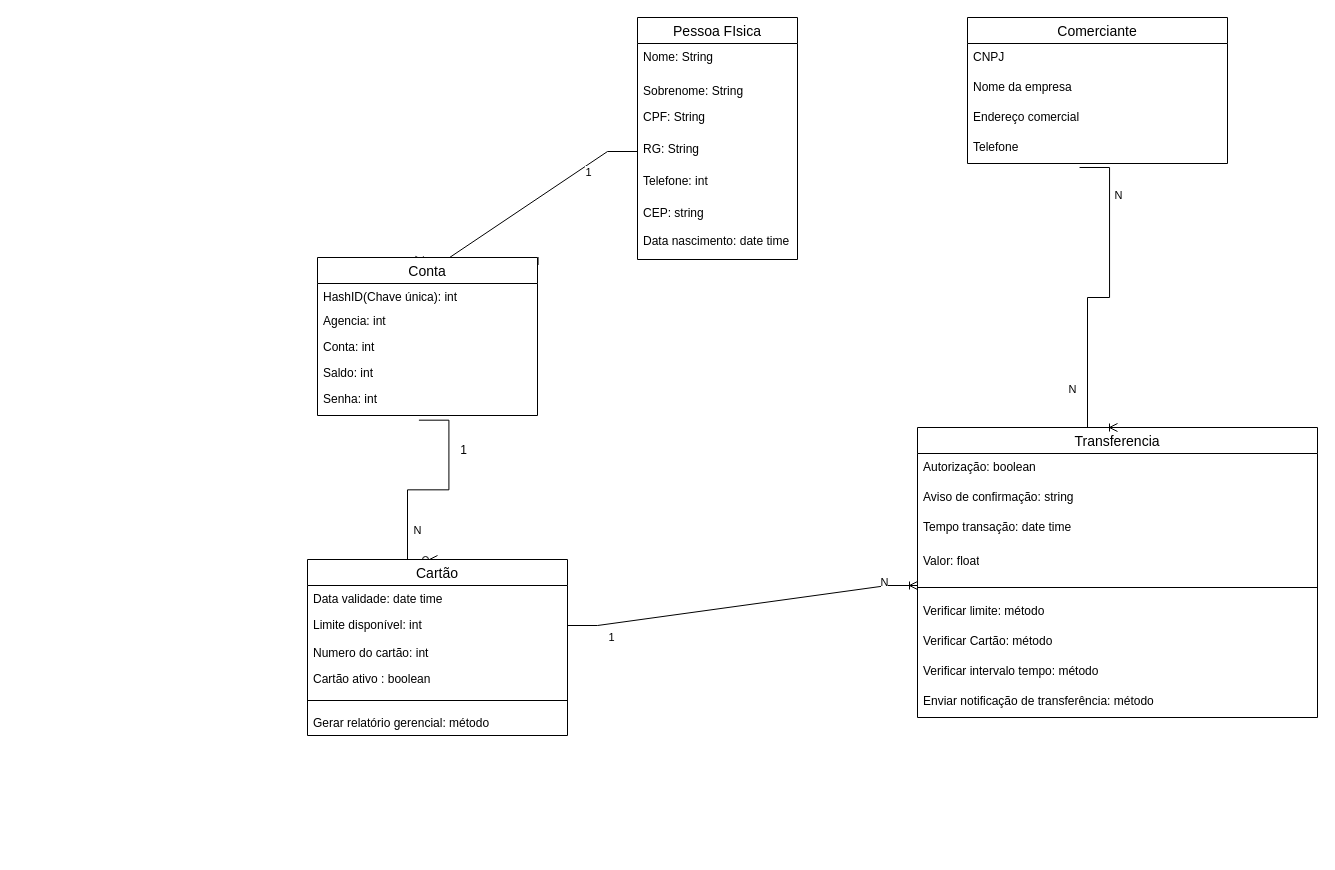
Earlier version of the draw.io diagram Diagrama/modelagem_de_banco.drawio (Rafaelrs21/spotify). Source tidied: cells renumbered, new cells numbered last; positions are measured from the earlier drawing's top-left corner, leaving out a move shared by most shapes. Both pictures are drawn from the tidied source at 100%, with x=0, y=0 at pixel (307, 17).
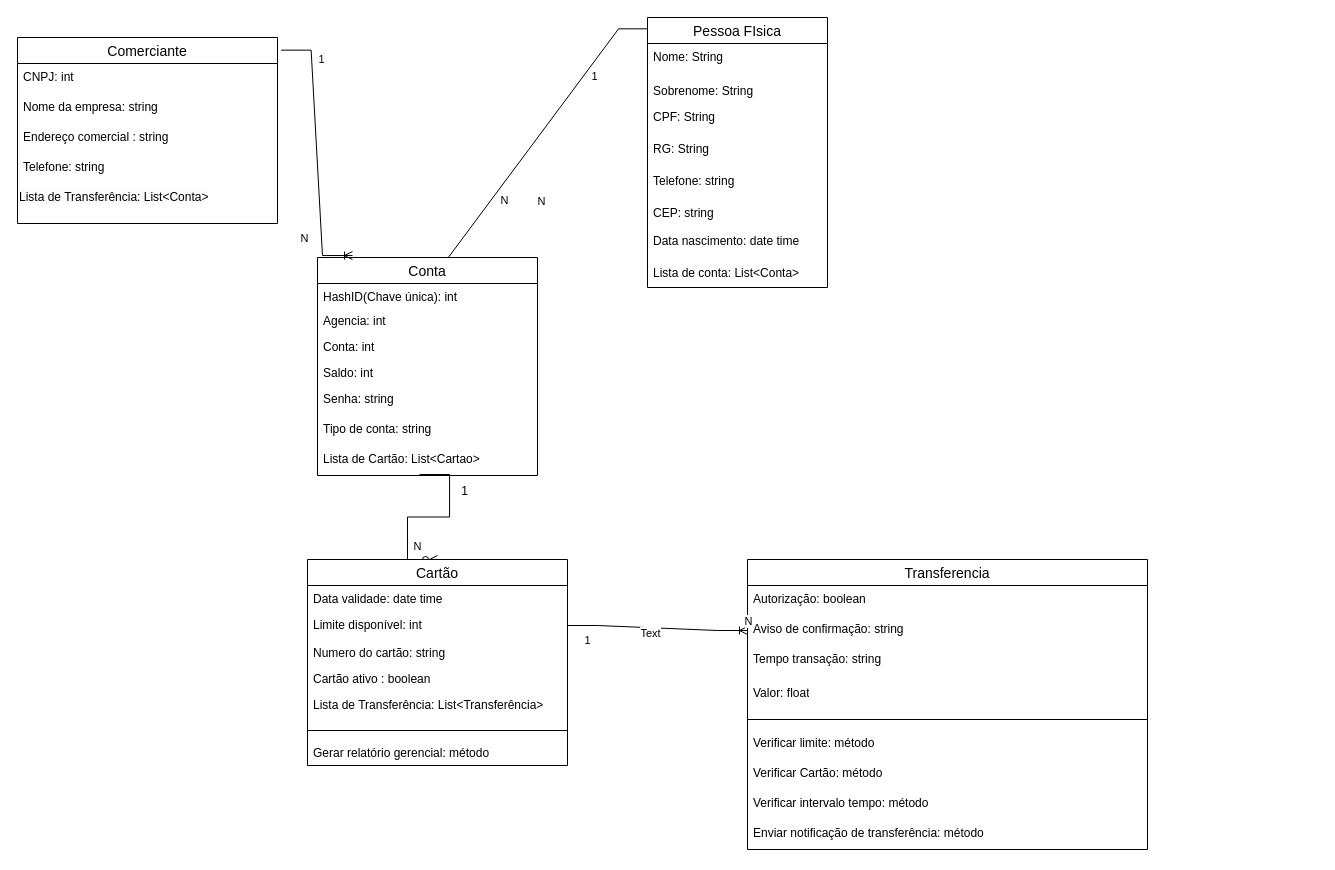
Above is the later version.

The change refers to these unchanged cells:
```xml
<mxCell id="24" value="Limite disponível: int" style="text;align=left;verticalAlign=top;spacingLeft=4;spacingRight=4;overflow=hidden;points=[[0,0.5],[1,0.5]];portConstraint=eastwest;" parent="22" vertex="1">
  <mxGeometry y="52" width="260" height="28" as="geometry" />
</mxCell>
<mxCell id="31" value="Aviso de confirmação: string" style="text;strokeColor=none;fillColor=none;spacingLeft=4;spacingRight=4;overflow=hidden;points=[[0,0.5],[1,0.5]];portConstraint=eastwest;fontSize=12;whiteSpace=wrap;html=1;" parent="29" vertex="1">
  <mxGeometry y="56" width="400" height="30" as="geometry" />
</mxCell>
<mxCell id="33" value="Valor: float" style="text;strokeColor=none;fillColor=none;spacingLeft=4;spacingRight=4;overflow=hidden;points=[[0,0.5],[1,0.5]];portConstraint=eastwest;fontSize=12;whiteSpace=wrap;html=1;" parent="29" vertex="1">
  <mxGeometry y="120" width="400" height="30" as="geometry" />
</mxCell>
```

Change to the diagram source:
```diff
@@
-    <mxCell id="3" value="1" style="edgeStyle=entityRelationEdgeStyle;fontSize=12;html=1;endArrow=ERzeroToMany;endFill=1;rounded=0;exitX=0.461;exitY=1.156;exitDx=0;exitDy=0;exitPerimeter=0;entryX=0.5;entryY=0;entryDx=0;entryDy=0;" parent="1" edge="1" source="21" target="22">
+    <mxCell id="3" value="1" style="edgeStyle=entityRelationEdgeStyle;fontSize=12;html=1;endArrow=ERzeroToMany;endFill=1;rounded=0;exitX=0.464;exitY=0.967;exitDx=0;exitDy=0;exitPerimeter=0;entryX=0.5;entryY=0;entryDx=0;entryDy=0;" parent="1" edge="1" source="53" target="22">
       <mxGeometry x="-0.5" y="15" relative="1" as="geometry">
         <Array as="points">
           <mxPoint x="540" y="454" />
           <mxPoint x="395" y="590" />
         </Array>
       </mxGeometry>
     </mxCell>
@@
-    <mxCell id="5" style="edgeStyle=entityRelationEdgeStyle;fontSize=12;html=1;endArrow=ERoneToMany;rounded=0;entryX=0.445;entryY=0.018;entryDx=0;entryDy=0;entryPerimeter=0;exitX=0;exitY=0.5;exitDx=0;exitDy=0;" parent="1" edge="1" source="12" target="16">
+    <mxCell id="5" style="edgeStyle=entityRelationEdgeStyle;fontSize=12;html=1;endArrow=ERoneToMany;rounded=0;entryX=0.445;entryY=0.018;entryDx=0;entryDy=0;entryPerimeter=0;exitX=0.006;exitY=0.042;exitDx=0;exitDy=0;exitPerimeter=0;" parent="1" edge="1" source="8" target="16">
       <mxGeometry relative="1" as="geometry">
         <Array as="points">
           <mxPoint x="410" y="400" />
         </Array>
       </mxGeometry>
     </mxCell>
@@
+    <mxCell id="50" value="N" style="edgeLabel;html=1;align=center;verticalAlign=middle;" parent="5" vertex="1">
+      <mxGeometry x="0.35" y="1" relative="1" as="geometry">
+        <mxPoint x="8" y="5" as="offset" />
+      </mxGeometry>
+    </mxCell>
     <mxCell id="8" value="Pessoa FIsica" style="swimlane;fontStyle=0;horizontal=1;startSize=26;align=center;fontSize=14;" parent="1" vertex="1">
-      <mxGeometry x="330" width="160" height="242" as="geometry" />
+      <mxGeometry x="340" width="180" height="270" as="geometry" />
     </mxCell>
     <mxCell id="9" value="Nome: String" style="text;align=left;verticalAlign=top;spacingLeft=4;spacingRight=4;overflow=hidden;" parent="8" vertex="1">
-      <mxGeometry y="26" width="160" height="34" as="geometry" />
+      <mxGeometry y="26" width="180" height="34" as="geometry" />
     </mxCell>
     <mxCell id="10" value="Sobrenome: String" style="text;align=left;verticalAlign=top;spacingLeft=4;spacingRight=4;overflow=hidden;rounded=0;shadow=0;html=0;" parent="8" vertex="1">
-      <mxGeometry y="60" width="160" height="26" as="geometry" />
+      <mxGeometry y="60" width="180" height="26" as="geometry" />
     </mxCell>
     <mxCell id="11" value="CPF: String" style="text;align=left;verticalAlign=top;spacingLeft=4;spacingRight=4;overflow=hidden;rounded=0;shadow=0;html=0;" parent="8" vertex="1">
-      <mxGeometry y="86" width="160" height="32" as="geometry" />
+      <mxGeometry y="86" width="180" height="32" as="geometry" />
     </mxCell>
     <mxCell id="12" value="RG: String" style="text;align=left;verticalAlign=top;spacingLeft=4;spacingRight=4;overflow=hidden;points=[[0,0.5],[1,0.5]];portConstraint=eastwest;rounded=0;shadow=0;html=0;" parent="8" vertex="1">
-      <mxGeometry y="118" width="160" height="32" as="geometry" />
+      <mxGeometry y="118" width="180" height="32" as="geometry" />
     </mxCell>
-    <mxCell id="13" value="Telefone: int" style="text;align=left;verticalAlign=top;spacingLeft=4;spacingRight=4;overflow=hidden;rounded=0;shadow=0;html=0;" parent="8" vertex="1">
-      <mxGeometry y="150" width="160" height="32" as="geometry" />
+    <mxCell id="13" value="Telefone: string" style="text;align=left;verticalAlign=top;spacingLeft=4;spacingRight=4;overflow=hidden;rounded=0;shadow=0;html=0;" parent="8" vertex="1">
+      <mxGeometry y="150" width="180" height="32" as="geometry" />
     </mxCell>
     <mxCell id="14" value="CEP: string" style="text;align=left;verticalAlign=top;spacingLeft=4;spacingRight=4;overflow=hidden;rounded=0;shadow=0;html=0;" parent="8" vertex="1">
-      <mxGeometry y="182" width="160" height="28" as="geometry" />
+      <mxGeometry y="182" width="180" height="28" as="geometry" />
     </mxCell>
     <mxCell id="15" value="Data nascimento: date time" style="text;align=left;verticalAlign=top;spacingLeft=4;spacingRight=4;overflow=hidden;rounded=0;shadow=0;html=0;" parent="8" vertex="1">
-      <mxGeometry y="210" width="160" height="32" as="geometry" />
+      <mxGeometry y="210" width="180" height="32" as="geometry" />
     </mxCell>
+    <mxCell id="51" value="Lista de conta: List&lt;Conta&gt;" style="text;align=left;verticalAlign=top;spacingLeft=4;spacingRight=4;overflow=hidden;rounded=0;shadow=0;html=0;" parent="8" vertex="1">
+      <mxGeometry y="242" width="180" height="28" as="geometry" />
+    </mxCell>
     <mxCell id="16" value="Conta" style="swimlane;fontStyle=0;horizontal=1;startSize=26;align=center;fontSize=14;" parent="1" vertex="1">
-      <mxGeometry x="10" y="240" width="220" height="158" as="geometry" />
+      <mxGeometry x="10" y="240" width="220" height="218" as="geometry" />
     </mxCell>
@@
-    <mxCell id="21" value="Senha: int" style="text;align=left;verticalAlign=top;spacingLeft=4;spacingRight=4;overflow=hidden;points=[[0,0.5],[1,0.5]];portConstraint=eastwest;" parent="16" vertex="1">
+    <mxCell id="21" value="Senha: string" style="text;align=left;verticalAlign=top;spacingLeft=4;spacingRight=4;overflow=hidden;points=[[0,0.5],[1,0.5]];portConstraint=eastwest;" parent="16" vertex="1">
       <mxGeometry y="128" width="220" height="30" as="geometry" />
     </mxCell>
+    <mxCell id="52" value="Tipo de conta: string" style="text;align=left;verticalAlign=top;spacingLeft=4;spacingRight=4;overflow=hidden;" parent="16" vertex="1">
+      <mxGeometry y="158" width="220" height="30" as="geometry" />
+    </mxCell>
+    <mxCell id="53" value="Lista de Cartão: List&lt;Cartao&gt;" style="text;align=left;verticalAlign=top;spacingLeft=4;spacingRight=4;overflow=hidden;points=[[0,0.5],[1,0.5]];portConstraint=eastwest;" parent="16" vertex="1">
+      <mxGeometry y="188" width="220" height="30" as="geometry" />
+    </mxCell>
     <mxCell id="22" value="Cartão" style="swimlane;fontStyle=0;horizontal=1;startSize=26;align=center;fontSize=14;" parent="1" vertex="1">
-      <mxGeometry y="542" width="260" height="176" as="geometry" />
+      <mxGeometry y="542" width="260" height="206" as="geometry" />
     </mxCell>
@@
-    <mxCell id="25" value="Numero do cartão: int" style="text;align=left;verticalAlign=top;spacingLeft=4;spacingRight=4;overflow=hidden;" parent="22" vertex="1">
+    <mxCell id="25" value="Numero do cartão: string" style="text;align=left;verticalAlign=top;spacingLeft=4;spacingRight=4;overflow=hidden;" parent="22" vertex="1">
       <mxGeometry y="80" width="260" height="26" as="geometry" />
     </mxCell>
@@
+    <mxCell id="54" value="Lista de Transferência: List&lt;Transferência&gt;" style="text;align=left;verticalAlign=top;spacingLeft=4;spacingRight=4;overflow=hidden;" parent="22" vertex="1">
+      <mxGeometry y="132" width="260" height="30" as="geometry" />
+    </mxCell>
     <mxCell id="27" style="line;strokeWidth=1;dashed=0;labelPosition=right;align=left;verticalAlign=middle;spacingTop=0;spacingLeft=6;" parent="22" vertex="1">
-      <mxGeometry y="132" width="260" height="18" as="geometry" />
+      <mxGeometry y="162" width="260" height="18" as="geometry" />
     </mxCell>
     <mxCell id="28" value="Gerar relatório gerencial: método" style="text;align=left;verticalAlign=top;spacingLeft=4;spacingRight=4;overflow=hidden;" parent="22" vertex="1">
-      <mxGeometry y="150" width="260" height="26" as="geometry" />
+      <mxGeometry y="180" width="260" height="26" as="geometry" />
     </mxCell>
     <mxCell id="29" value="Transferencia" style="swimlane;fontStyle=0;horizontal=1;startSize=26;align=center;fontSize=14;" parent="1" vertex="1">
-      <mxGeometry x="610" y="410" width="400" height="290" as="geometry" />
+      <mxGeometry x="440" y="542" width="400" height="290" as="geometry" />
     </mxCell>
@@
-    <mxCell id="32" value="Tempo transação: date time" style="text;strokeColor=none;fillColor=none;spacingLeft=4;spacingRight=4;overflow=hidden;fontSize=12;whiteSpace=wrap;html=1;" parent="29" vertex="1">
+    <mxCell id="32" value="Tempo transação: string" style="text;strokeColor=none;fillColor=none;spacingLeft=4;spacingRight=4;overflow=hidden;fontSize=12;whiteSpace=wrap;html=1;" parent="29" vertex="1">
       <mxGeometry y="86" width="400" height="34" as="geometry" />
     </mxCell>
@@
     <mxCell id="39" value="Comerciante" style="swimlane;fontStyle=0;horizontal=1;startSize=26;align=center;fontSize=14;" parent="1" vertex="1">
-      <mxGeometry x="660" width="260" height="146" as="geometry" />
+      <mxGeometry x="-290" y="20" width="260" height="186" as="geometry" />
     </mxCell>
-    <mxCell id="40" value="CNPJ" style="text;strokeColor=none;fillColor=none;spacingLeft=4;spacingRight=4;overflow=hidden;fontSize=12;whiteSpace=wrap;html=1;" parent="39" vertex="1">
+    <mxCell id="40" value="CNPJ: int" style="text;strokeColor=none;fillColor=none;spacingLeft=4;spacingRight=4;overflow=hidden;fontSize=12;whiteSpace=wrap;html=1;" parent="39" vertex="1">
       <mxGeometry y="26" width="260" height="30" as="geometry" />
     </mxCell>
-    <mxCell id="41" value="Nome da empresa" style="text;strokeColor=none;fillColor=none;spacingLeft=4;spacingRight=4;overflow=hidden;fontSize=12;whiteSpace=wrap;html=1;" parent="39" vertex="1">
+    <mxCell id="41" value="Nome da empresa: string" style="text;strokeColor=none;fillColor=none;spacingLeft=4;spacingRight=4;overflow=hidden;fontSize=12;whiteSpace=wrap;html=1;" parent="39" vertex="1">
       <mxGeometry y="56" width="260" height="30" as="geometry" />
     </mxCell>
-    <mxCell id="42" value="Endereço comercial&amp;nbsp;" style="text;strokeColor=none;fillColor=none;spacingLeft=4;spacingRight=4;overflow=hidden;fontSize=12;whiteSpace=wrap;html=1;" parent="39" vertex="1">
+    <mxCell id="42" value="Endereço comercial : string" style="text;strokeColor=none;fillColor=none;spacingLeft=4;spacingRight=4;overflow=hidden;fontSize=12;whiteSpace=wrap;html=1;" parent="39" vertex="1">
       <mxGeometry y="86" width="260" height="30" as="geometry" />
     </mxCell>
-    <mxCell id="43" value="Telefone" style="text;strokeColor=none;fillColor=none;spacingLeft=4;spacingRight=4;overflow=hidden;points=[[0,0.5],[1,0.5]];portConstraint=eastwest;fontSize=12;whiteSpace=wrap;html=1;" parent="39" vertex="1">
+    <mxCell id="43" value="Telefone: string" style="text;strokeColor=none;fillColor=none;spacingLeft=4;spacingRight=4;overflow=hidden;points=[[0,0.5],[1,0.5]];portConstraint=eastwest;fontSize=12;whiteSpace=wrap;html=1;" parent="39" vertex="1">
       <mxGeometry y="116" width="260" height="30" as="geometry" />
     </mxCell>
+    <mxCell id="55" value="&lt;span style=&quot;color: rgb(0, 0, 0); font-family: Helvetica; font-size: 12px; font-style: normal; font-variant-ligatures: normal; font-variant-caps: normal; font-weight: 400; letter-spacing: normal; orphans: 2; text-align: left; text-indent: 0px; text-transform: none; widows: 2; word-spacing: 0px; -webkit-text-stroke-width: 0px; background-color: rgb(251, 251, 251); text-decoration-thickness: initial; text-decoration-style: initial; text-decoration-color: initial; float: none; display: inline !important;&quot;&gt;Lista de Transferência: List&amp;lt;Conta&amp;gt;&lt;/span&gt;" style="text;whiteSpace=wrap;html=1;" parent="39" vertex="1">
+      <mxGeometry y="146" width="260" height="40" as="geometry" />
+    </mxCell>
-    <mxCell id="44" style="edgeStyle=entityRelationEdgeStyle;fontSize=12;html=1;endArrow=ERoneToMany;rounded=0;exitX=0.431;exitY=1.133;exitDx=0;exitDy=0;exitPerimeter=0;entryX=0.5;entryY=0;entryDx=0;entryDy=0;" parent="1" edge="1" source="43" target="29">
-      <mxGeometry relative="1" as="geometry" />
+    <mxCell id="44" style="edgeStyle=entityRelationEdgeStyle;fontSize=12;html=1;endArrow=ERoneToMany;rounded=0;exitX=1.014;exitY=0.068;exitDx=0;exitDy=0;exitPerimeter=0;entryX=0.159;entryY=-0.009;entryDx=0;entryDy=0;entryPerimeter=0;" parent="1" edge="1" source="39" target="16">
+      <mxGeometry relative="1" as="geometry">
+        <Array as="points">
+          <mxPoint x="14" y="190" />
+          <mxPoint x="20" y="180" />
+          <mxPoint x="10" y="190" />
+        </Array>
+      </mxGeometry>
     </mxCell>
-    <mxCell id="45" value="N" style="edgeLabel;html=1;align=center;verticalAlign=middle;" parent="44" vertex="1">
+    <mxCell id="45" value="1" style="edgeLabel;html=1;align=center;verticalAlign=middle;" parent="44" vertex="1">
       <mxGeometry x="-0.49" y="-1" relative="1" as="geometry">
         <mxPoint x="9" y="-29" as="offset" />
       </mxGeometry>
     </mxCell>
@@
-    <mxCell id="47" style="edgeStyle=entityRelationEdgeStyle;fontSize=12;html=1;endArrow=ERoneToMany;rounded=0;exitX=1;exitY=0.5;exitDx=0;exitDy=0;entryX=0;entryY=1.267;entryDx=0;entryDy=0;entryPerimeter=0;" parent="1" edge="1" source="24" target="33">
+    <mxCell id="47" style="edgeStyle=entityRelationEdgeStyle;fontSize=12;html=1;endArrow=ERoneToMany;rounded=0;exitX=1;exitY=0.5;exitDx=0;exitDy=0;entryX=0;entryY=0.5;entryDx=0;entryDy=0;" parent="1" edge="1" source="24" target="31">
       <mxGeometry relative="1" as="geometry">
         <Array as="points">
           <mxPoint x="800" y="800" />
           <mxPoint x="780" y="790" />
         </Array>
       </mxGeometry>
     </mxCell>
@@
+    <mxCell id="56" value="Text" style="edgeLabel;html=1;align=center;verticalAlign=middle;" parent="47" vertex="1">
+      <mxGeometry x="-0.08" y="-4" relative="1" as="geometry">
+        <mxPoint y="1" as="offset" />
+      </mxGeometry>
+    </mxCell>
```
